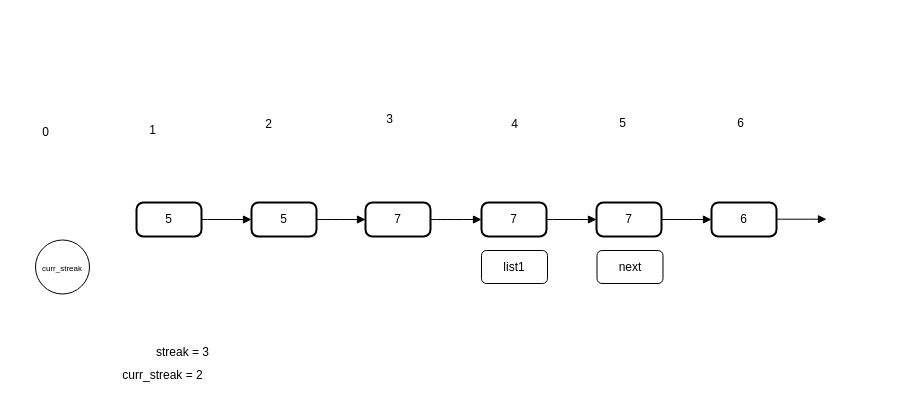
This is Longest Streak of Linked List.drawio from NotDiego7/DSA, a draw.io file, before an edit. Source tidied: cells renumbered, new cells numbered last; positions are measured from the earlier drawing's top-left corner, leaving out a move shared by most shapes. Both pictures are drawn from the tidied source at 100%, with x=0, y=0 at pixel (32, 106).
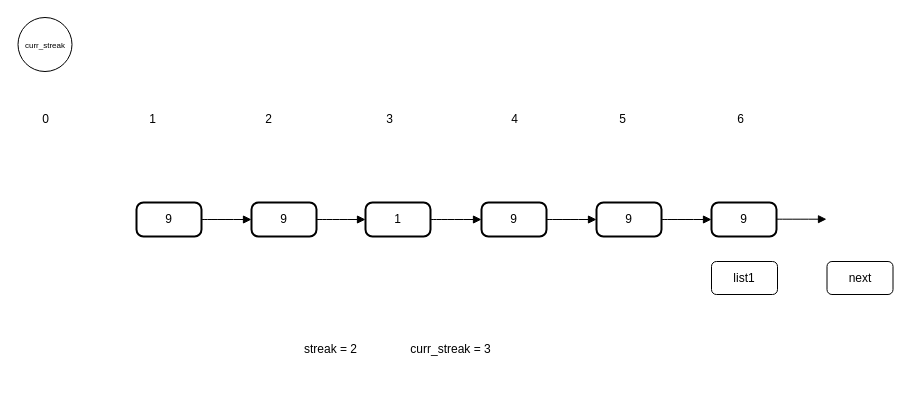
The same page after the edit.

What changed in the source:
```diff
@@
-    <mxCell id="2" value="5" style="rounded=1;absoluteArcSize=1;arcSize=14;whiteSpace=wrap;strokeWidth=2;" parent="1" vertex="1">
+    <mxCell id="2" value="9" style="rounded=1;absoluteArcSize=1;arcSize=14;whiteSpace=wrap;strokeWidth=2;" parent="1" vertex="1">
       <mxGeometry x="104" y="96" width="65" height="34" as="geometry" />
     </mxCell>
-    <mxCell id="3" value="5" style="rounded=1;absoluteArcSize=1;arcSize=14;whiteSpace=wrap;strokeWidth=2;" parent="1" vertex="1">
+    <mxCell id="3" value="9" style="rounded=1;absoluteArcSize=1;arcSize=14;whiteSpace=wrap;strokeWidth=2;" parent="1" vertex="1">
       <mxGeometry x="219" y="96" width="65" height="34" as="geometry" />
     </mxCell>
-    <mxCell id="4" value="7" style="rounded=1;absoluteArcSize=1;arcSize=14;whiteSpace=wrap;strokeWidth=2;" parent="1" vertex="1">
+    <mxCell id="4" value="1" style="rounded=1;absoluteArcSize=1;arcSize=14;whiteSpace=wrap;strokeWidth=2;" parent="1" vertex="1">
       <mxGeometry x="333" y="96" width="65" height="34" as="geometry" />
     </mxCell>
-    <mxCell id="5" value="7" style="rounded=1;absoluteArcSize=1;arcSize=14;whiteSpace=wrap;strokeWidth=2;" parent="1" vertex="1">
+    <mxCell id="5" value="9" style="rounded=1;absoluteArcSize=1;arcSize=14;whiteSpace=wrap;strokeWidth=2;" parent="1" vertex="1">
       <mxGeometry x="449" y="96" width="65" height="34" as="geometry" />
     </mxCell>
-    <mxCell id="6" value="7" style="rounded=1;absoluteArcSize=1;arcSize=14;whiteSpace=wrap;strokeWidth=2;" parent="1" vertex="1">
+    <mxCell id="6" value="9" style="rounded=1;absoluteArcSize=1;arcSize=14;whiteSpace=wrap;strokeWidth=2;" parent="1" vertex="1">
       <mxGeometry x="564" y="96" width="65" height="34" as="geometry" />
     </mxCell>
-    <mxCell id="7" value="6" style="rounded=1;absoluteArcSize=1;arcSize=14;whiteSpace=wrap;strokeWidth=2;" parent="1" vertex="1">
+    <mxCell id="7" value="9" style="rounded=1;absoluteArcSize=1;arcSize=14;whiteSpace=wrap;strokeWidth=2;" parent="1" vertex="1">
       <mxGeometry x="679" y="96" width="65" height="34" as="geometry" />
     </mxCell>
@@
     <mxCell id="13" value="list1" style="rounded=1;whiteSpace=wrap;html=1;" parent="1" vertex="1">
-      <mxGeometry x="449" y="144" width="66" height="33" as="geometry" />
+      <mxGeometry x="679" y="155" width="66" height="33" as="geometry" />
     </mxCell>
     <mxCell id="14" value="next" style="rounded=1;whiteSpace=wrap;html=1;" parent="1" vertex="1">
-      <mxGeometry x="564.5" y="144" width="66" height="33" as="geometry" />
+      <mxGeometry x="794.5" y="155" width="66" height="33" as="geometry" />
     </mxCell>
-    <mxCell id="15" value="streak = 3" style="text;html=1;align=center;verticalAlign=middle;strokeColor=none;fillColor=none;" parent="1" vertex="1">
-      <mxGeometry x="114" y="233" width="71" height="26" as="geometry" />
+    <mxCell id="15" value="streak = 2" style="text;html=1;align=center;verticalAlign=middle;strokeColor=none;fillColor=none;" parent="1" vertex="1">
+      <mxGeometry x="262" y="230" width="71" height="26" as="geometry" />
     </mxCell>
@@
     <mxCell id="17" value="&lt;font style=&quot;font-size: 8px;&quot;&gt;curr_streak&lt;/font&gt;" style="ellipse;whiteSpace=wrap;html=1;" parent="1" vertex="1">
-      <mxGeometry x="3" y="133.5" width="54" height="54" as="geometry" />
+      <mxGeometry x="-14.5" y="-89" width="54" height="54" as="geometry" />
     </mxCell>
     <mxCell id="18" value="1" style="text;html=1;align=center;verticalAlign=middle;strokeColor=none;fillColor=none;" parent="1" vertex="1">
-      <mxGeometry x="107" y="11" width="25" height="26" as="geometry" />
+      <mxGeometry x="107" width="25" height="26" as="geometry" />
     </mxCell>
     <mxCell id="19" value="2" style="text;html=1;align=center;verticalAlign=middle;strokeColor=none;fillColor=none;" parent="1" vertex="1">
-      <mxGeometry x="223" y="5" width="25" height="26" as="geometry" />
+      <mxGeometry x="223" width="25" height="26" as="geometry" />
     </mxCell>
@@
     <mxCell id="21" value="4" style="text;html=1;align=center;verticalAlign=middle;strokeColor=none;fillColor=none;" parent="1" vertex="1">
-      <mxGeometry x="469" y="5" width="25" height="26" as="geometry" />
+      <mxGeometry x="469" width="25" height="26" as="geometry" />
     </mxCell>
     <mxCell id="22" value="5" style="text;html=1;align=center;verticalAlign=middle;strokeColor=none;fillColor=none;" parent="1" vertex="1">
-      <mxGeometry x="577" y="4" width="25" height="26" as="geometry" />
+      <mxGeometry x="577" width="25" height="26" as="geometry" />
     </mxCell>
     <mxCell id="23" value="6" style="text;html=1;align=center;verticalAlign=middle;strokeColor=none;fillColor=none;" parent="1" vertex="1">
-      <mxGeometry x="695" y="4" width="25" height="26" as="geometry" />
+      <mxGeometry x="695" width="25" height="26" as="geometry" />
     </mxCell>
     <mxCell id="24" value="0&lt;br&gt;" style="text;html=1;align=center;verticalAlign=middle;strokeColor=none;fillColor=none;" parent="1" vertex="1">
-      <mxGeometry y="13" width="25" height="26" as="geometry" />
+      <mxGeometry width="25" height="26" as="geometry" />
     </mxCell>
-    <mxCell id="25" value="curr_streak = 2" style="text;html=1;align=center;verticalAlign=middle;strokeColor=none;fillColor=none;" parent="1" vertex="1">
-      <mxGeometry x="81" y="256" width="98" height="26" as="geometry" />
+    <mxCell id="25" value="curr_streak = 3" style="text;html=1;align=center;verticalAlign=middle;strokeColor=none;fillColor=none;" parent="1" vertex="1">
+      <mxGeometry x="369" y="230" width="98" height="26" as="geometry" />
     </mxCell>
```
